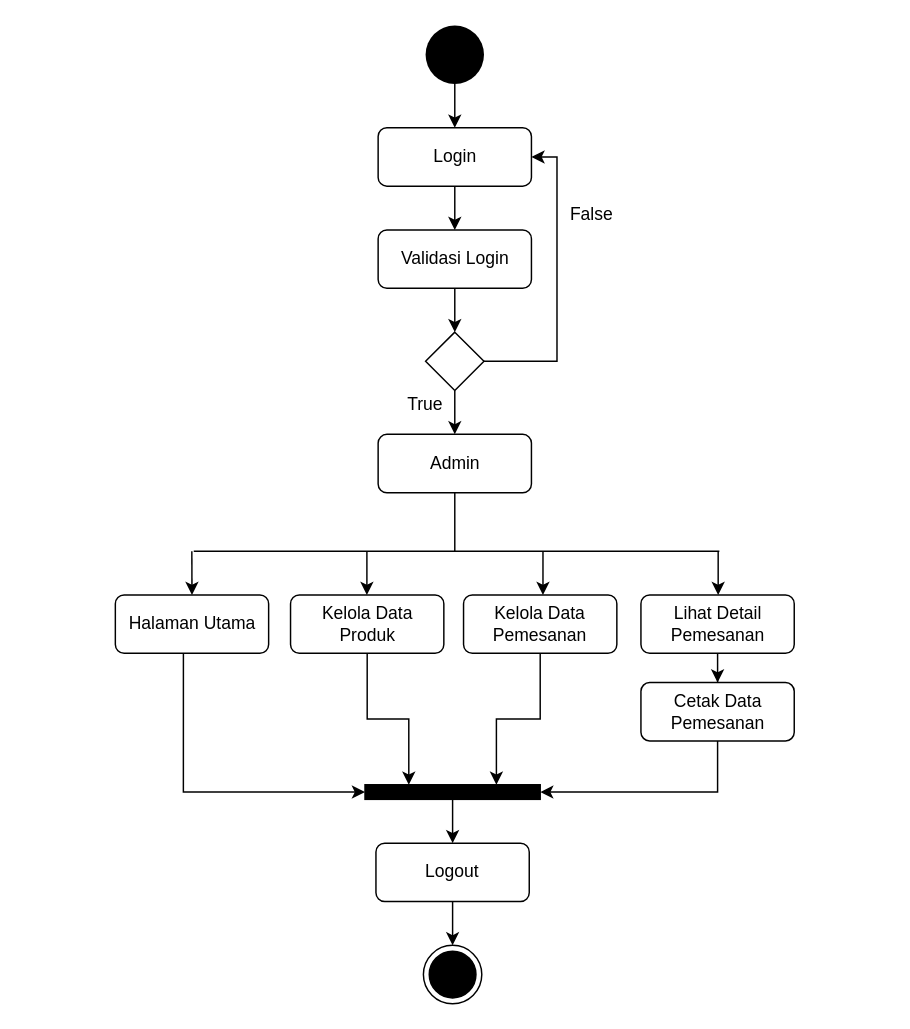
Khairul122/JK-WebEcommerce-ED keeps this draw.io diagram as page "AD-Admin" (3 of 22) of SKRIPSI ADITYA HIDAYATULLAH/ARSIP/FILE MASTER DESAIN/DESAIN DIAGRAM ADTYA HIDAYATULLAH.drawio. Above is the earlier version. Source tidied: cells renumbered, new cells numbered last; positions are measured from the earlier drawing's top-left corner, leaving out a move shared by most shapes. Both pictures are drawn from the tidied source at 146%, with x=0, y=0 at pixel (115, 25).
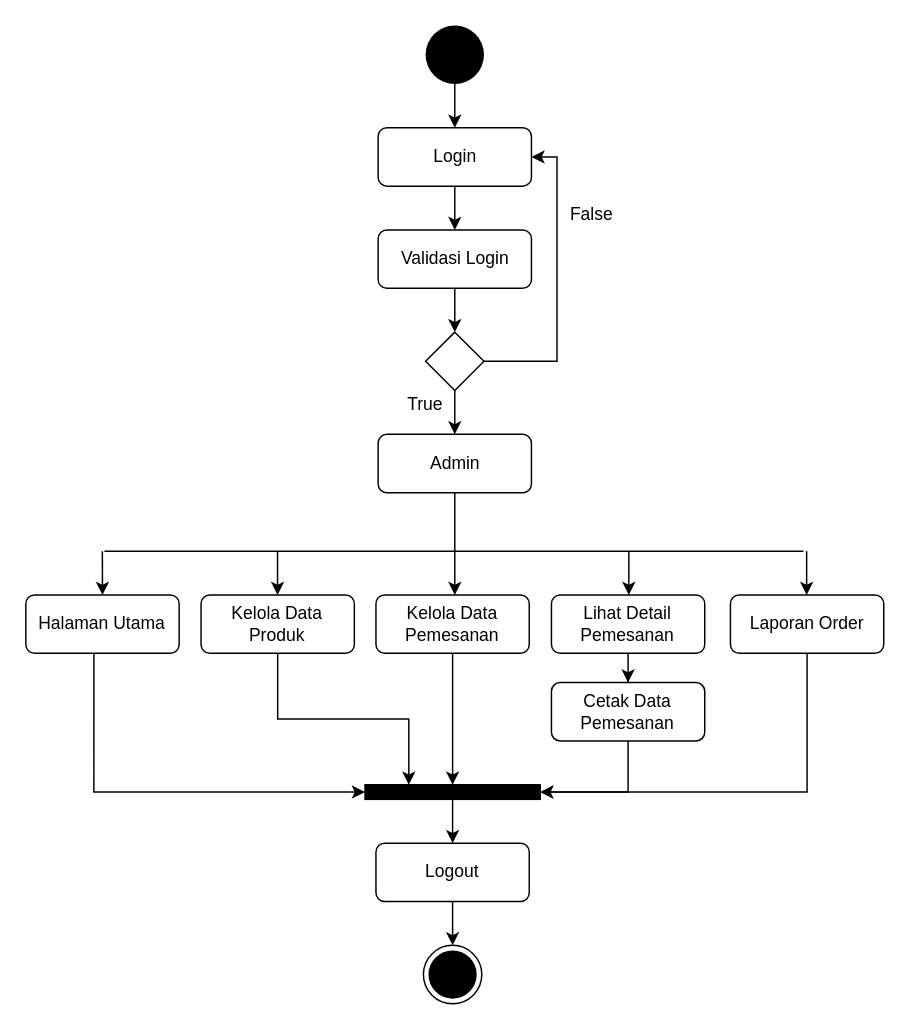
Above is the later version.

Unchanged cells that the change refers to:
```xml
<mxCell id="19" style="rounded=0;whiteSpace=wrap;html=1;fillColor=#000000;" parent="1" vertex="1">
  <mxGeometry x="170.5" y="520" width="120" height="10" as="geometry" />
</mxCell>
```

Diff of the diagram source:
```diff
@@
     <mxCell id="13" value="Halaman Utama" style="rounded=1;whiteSpace=wrap;html=1;" parent="1" vertex="1">
-      <mxGeometry x="-0.5" y="390" width="105" height="40" as="geometry" />
+      <mxGeometry x="-61.8" y="390" width="105" height="40" as="geometry" />
     </mxCell>
-    <mxCell id="14" style="edgeStyle=orthogonalEdgeStyle;rounded=0;jettySize=auto;html=1;entryX=0.25;entryY=0;entryDx=0;entryDy=0;" parent="1" edge="1" source="15" target="19">
+    <mxCell id="14" style="edgeStyle=orthogonalEdgeStyle;rounded=0;jettySize=auto;html=1;entryX=0.25;entryY=0;entryDx=0;entryDy=0;exitX=0.5;exitY=1;exitDx=0;exitDy=0;" parent="1" edge="1" source="15" target="19">
       <mxGeometry relative="1" as="geometry" />
     </mxCell>
     <mxCell id="15" value="Kelola Data Produk" style="rounded=1;whiteSpace=wrap;html=1;" parent="1" vertex="1">
-      <mxGeometry x="119.5" y="390" width="105" height="40" as="geometry" />
+      <mxGeometry x="58.2" y="390" width="105" height="40" as="geometry" />
     </mxCell>
-    <mxCell id="16" style="edgeStyle=orthogonalEdgeStyle;rounded=0;jettySize=auto;html=1;entryX=0.75;entryY=0;entryDx=0;entryDy=0;" parent="1" edge="1" source="17" target="19">
+    <mxCell id="16" style="edgeStyle=orthogonalEdgeStyle;rounded=0;jettySize=auto;html=1;entryX=0.5;entryY=0;entryDx=0;entryDy=0;" parent="1" edge="1" source="17" target="19">
       <mxGeometry relative="1" as="geometry" />
     </mxCell>
     <mxCell id="17" value="Kelola Data Pemesanan" style="rounded=1;whiteSpace=wrap;html=1;" parent="1" vertex="1">
-      <mxGeometry x="238" y="390" width="105" height="40" as="geometry" />
+      <mxGeometry x="178" y="390" width="105" height="40" as="geometry" />
     </mxCell>
@@
     <mxCell id="23" style="endArrow=classic;html=1;entryX=0.5;entryY=0;entryDx=0;entryDy=0;" parent="1" edge="1" target="13">
       <mxGeometry relative="1" as="geometry">
-        <mxPoint x="51.9" y="360" as="sourcePoint" />
+        <mxPoint x="-9.4" y="360" as="sourcePoint" />
       </mxGeometry>
     </mxCell>
     <mxCell id="24" style="endArrow=classic;html=1;entryX=0.5;entryY=0;entryDx=0;entryDy=0;" parent="1" edge="1">
       <mxGeometry relative="1" as="geometry">
-        <mxPoint x="292.4" y="360" as="sourcePoint" />
-        <mxPoint x="292.4" y="390" as="targetPoint" />
+        <mxPoint x="232" y="360" as="sourcePoint" />
+        <mxPoint x="232" y="390" as="targetPoint" />
       </mxGeometry>
     </mxCell>
     <mxCell id="25" style="endArrow=classic;html=1;entryX=0.5;entryY=0;entryDx=0;entryDy=0;" parent="1" edge="1">
       <mxGeometry relative="1" as="geometry">
-        <mxPoint x="412.4" y="360" as="sourcePoint" />
-        <mxPoint x="412.4" y="390" as="targetPoint" />
+        <mxPoint x="351.2" y="360" as="sourcePoint" />
+        <mxPoint x="351.2" y="390" as="targetPoint" />
       </mxGeometry>
     </mxCell>
     <mxCell id="26" style="endArrow=none;html=1;" parent="1" edge="1">
       <mxGeometry relative="1" as="geometry">
-        <mxPoint x="53.2" y="360" as="sourcePoint" />
-        <mxPoint x="413.2" y="360" as="targetPoint" />
+        <mxPoint x="-8" y="360" as="sourcePoint" />
+        <mxPoint x="470.8" y="360" as="targetPoint" />
       </mxGeometry>
     </mxCell>
@@
     <mxCell id="29" value="Lihat Detail Pemesanan" style="rounded=1;whiteSpace=wrap;html=1;" parent="1" vertex="1">
-      <mxGeometry x="359.5" y="390" width="105" height="40" as="geometry" />
+      <mxGeometry x="298.2" y="390" width="105" height="40" as="geometry" />
     </mxCell>
     <mxCell id="30" style="endArrow=classic;html=1;entryX=0.5;entryY=0;entryDx=0;entryDy=0;" parent="1" edge="1">
       <mxGeometry relative="1" as="geometry">
-        <mxPoint x="171.8" y="360" as="sourcePoint" />
-        <mxPoint x="171.8" y="390" as="targetPoint" />
+        <mxPoint x="110.6" y="360" as="sourcePoint" />
+        <mxPoint x="110.6" y="390" as="targetPoint" />
       </mxGeometry>
     </mxCell>
@@
     <mxCell id="34" value="Cetak Data&lt;br&gt;Pemesanan" style="rounded=1;whiteSpace=wrap;html=1;" parent="1" vertex="1">
-      <mxGeometry x="359.5" y="450" width="105" height="40" as="geometry" />
+      <mxGeometry x="298.2" y="450" width="105" height="40" as="geometry" />
     </mxCell>
+    <mxCell id="35" style="edgeStyle=orthogonalEdgeStyle;rounded=0;jettySize=auto;html=1;entryX=1;entryY=0.5;entryDx=0;entryDy=0;exitX=0.5;exitY=1;exitDx=0;exitDy=0;" parent="1" edge="1" source="36" target="19">
+      <mxGeometry relative="1" as="geometry" />
+    </mxCell>
+    <mxCell id="36" value="Laporan Order" style="rounded=1;whiteSpace=wrap;html=1;" parent="1" vertex="1">
+      <mxGeometry x="420.8" y="390" width="105" height="40" as="geometry" />
+    </mxCell>
+    <mxCell id="37" style="endArrow=classic;html=1;entryX=0.5;entryY=0;entryDx=0;entryDy=0;" parent="1" edge="1">
+      <mxGeometry relative="1" as="geometry">
+        <mxPoint x="473" y="360" as="sourcePoint" />
+        <mxPoint x="473" y="390" as="targetPoint" />
+      </mxGeometry>
+    </mxCell>
```
